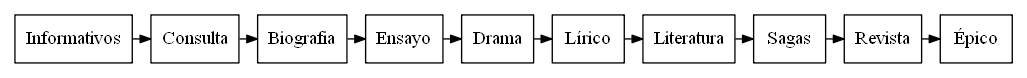
The Graphviz diagram Graphics/PreOrder.png in Guillermo-O-C/EDD_1S20200_PY2_201801366, before a commit. Its source is kept beside it as TextFiles/PreOrder.dot.
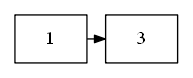
After the commit.

Diff of the diagram source:
```diff
@@ -4,5 +4,5 @@
  margin=0.1;
    node [shape=box];
   edge [arrowsize=0.8]
-"Informativos"->"Consulta"->"Biografia"->"Ensayo"->"Drama"->"Lírico"->"Literatura"->"Sagas"->"Revista"->"Épico";
+"1"->"3";
 }
```
